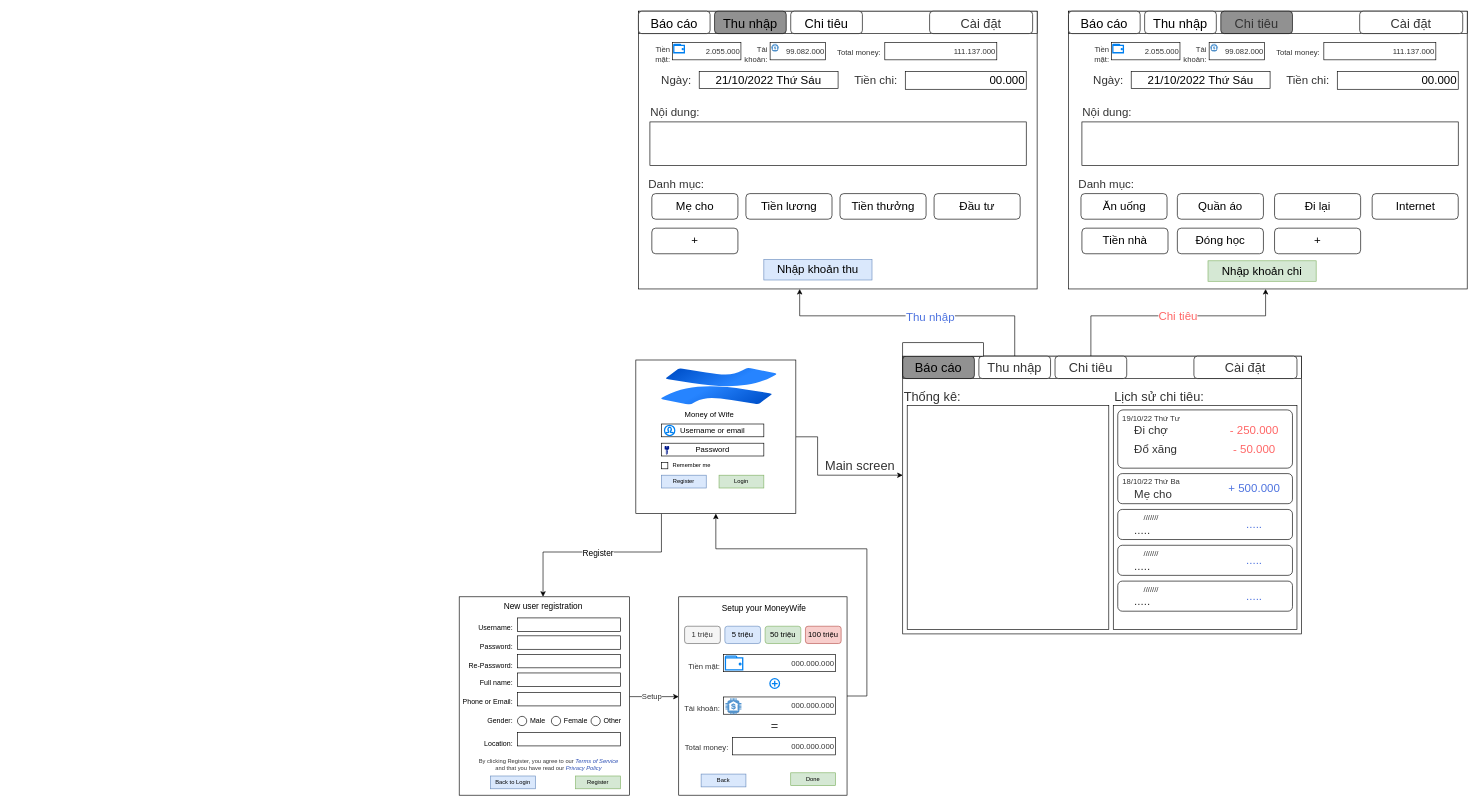
OaiPbHE150516/ProjectPRN keeps this draw.io diagram as ProjectPRN.drawio. Above is the earlier version. Source tidied: cells renumbered, new cells numbered last; positions are measured from the earlier drawing's top-left corner, leaving out a move shared by most shapes. Both pictures are drawn from the tidied source at 64%, with x=0, y=0 at pixel (459, 11).
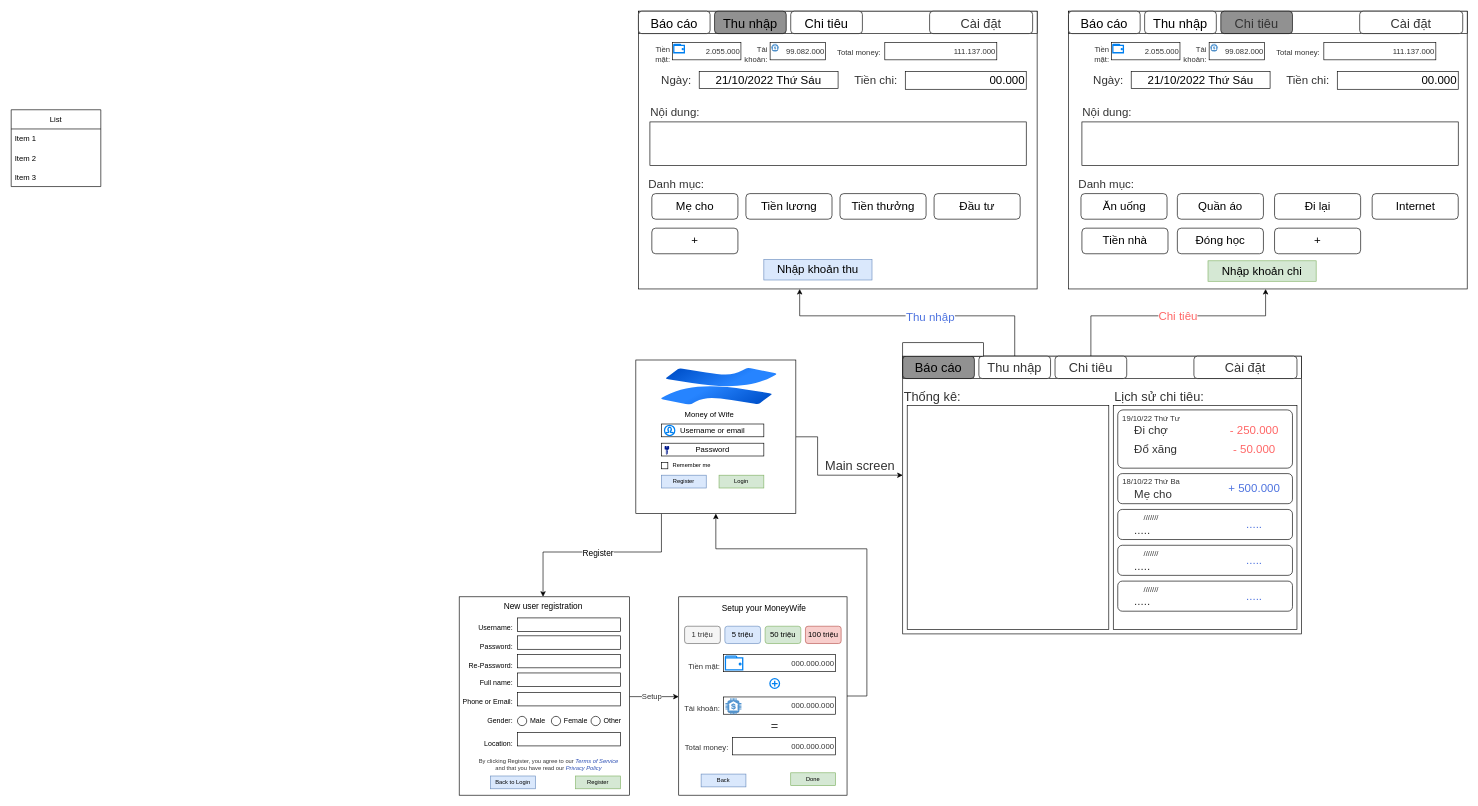
Above is the later version.

Change to the diagram source:
```diff
@@
+    <mxCell id="181" value="List" style="swimlane;fontStyle=0;horizontal=1;startSize=30;" parent="1" vertex="1">
+      <mxGeometry x="-700" y="154" width="140" height="120" as="geometry" />
+    </mxCell>
+    <mxCell id="182" value="Item 1" style="text;strokeColor=none;fillColor=none;align=left;verticalAlign=middle;spacingLeft=4;spacingRight=4;overflow=hidden;" parent="181" vertex="1">
+      <mxGeometry y="30" width="140" height="30" as="geometry" />
+    </mxCell>
+    <mxCell id="183" value="Item 2" style="text;strokeColor=none;fillColor=none;align=left;verticalAlign=middle;spacingLeft=4;spacingRight=4;overflow=hidden;" parent="181" vertex="1">
+      <mxGeometry y="60" width="140" height="30" as="geometry" />
+    </mxCell>
+    <mxCell id="184" value="Item 3" style="text;strokeColor=none;fillColor=none;align=left;verticalAlign=middle;spacingLeft=4;spacingRight=4;overflow=hidden;" parent="181" vertex="1">
+      <mxGeometry y="90" width="140" height="30" as="geometry" />
+    </mxCell>
```
